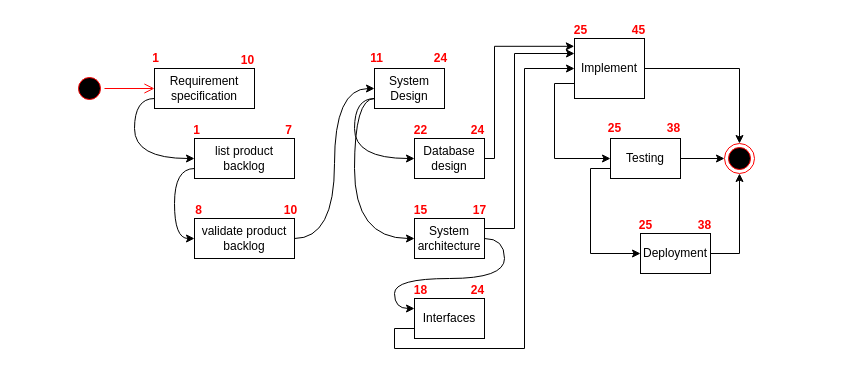
This is page "PND-ES-EF" (3 of 5) of ISYS2101-PSND.drawio from tuanrmit/ISYS2101, a draw.io file, before an edit. Source tidied: cells renumbered, new cells numbered last; positions are measured from the earlier drawing's top-left corner, leaving out a move shared by most shapes. Both pictures are drawn from the tidied source at 100%, with x=0, y=0 at pixel (74, 17).
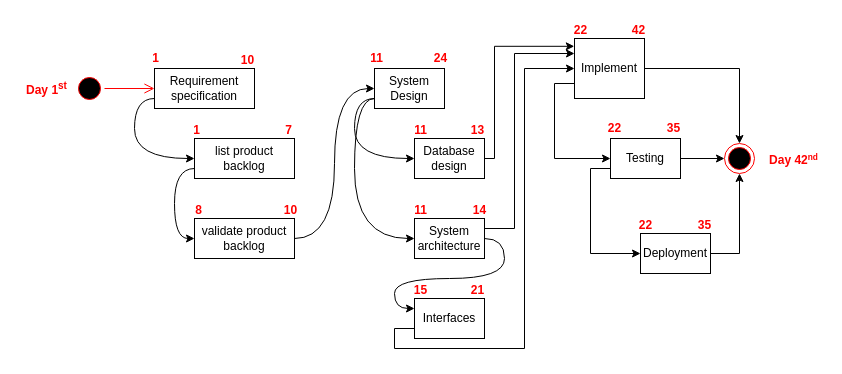
The same diagram, later.

Change to the diagram source:
```diff
@@
-    <mxCell id="33" value="22" style="text;html=1;align=center;verticalAlign=middle;strokeColor=none;fillColor=none;fontStyle=1;fontColor=#FF0000;" parent="1" vertex="1">
-      <mxGeometry x="330" y="100" width="31" height="26" as="geometry" />
+    <mxCell id="33" value="11" style="text;html=1;align=center;verticalAlign=middle;strokeColor=none;fillColor=none;fontStyle=1;fontColor=#FF0000;" parent="1" vertex="1">
+      <mxGeometry x="331" y="100" width="30" height="26" as="geometry" />
     </mxCell>
-    <mxCell id="34" value="15" style="text;html=1;align=center;verticalAlign=middle;strokeColor=none;fillColor=none;fontStyle=1;fontColor=#FF0000;" parent="1" vertex="1">
-      <mxGeometry x="330" y="180" width="31" height="26" as="geometry" />
+    <mxCell id="34" value="11" style="text;html=1;align=center;verticalAlign=middle;strokeColor=none;fillColor=none;fontStyle=1;fontColor=#FF0000;" parent="1" vertex="1">
+      <mxGeometry x="331" y="180" width="30" height="26" as="geometry" />
     </mxCell>
-    <mxCell id="35" value="24" style="text;html=1;align=center;verticalAlign=middle;strokeColor=none;fillColor=none;fontStyle=1;fontColor=#FF0000;" parent="1" vertex="1">
+    <mxCell id="35" value="21" style="text;html=1;align=center;verticalAlign=middle;strokeColor=none;fillColor=none;fontStyle=1;fontColor=#FF0000;" parent="1" vertex="1">
       <mxGeometry x="387" y="260" width="31" height="26" as="geometry" />
     </mxCell>
-    <mxCell id="36" value="25" style="text;html=1;align=center;verticalAlign=middle;strokeColor=none;fillColor=none;fontStyle=1;fontColor=#FF0000;" parent="1" vertex="1">
+    <mxCell id="36" value="22" style="text;html=1;align=center;verticalAlign=middle;strokeColor=none;fillColor=none;fontStyle=1;fontColor=#FF0000;" parent="1" vertex="1">
       <mxGeometry x="490" width="31" height="26" as="geometry" />
     </mxCell>
-    <mxCell id="37" value="38" style="text;html=1;align=center;verticalAlign=middle;strokeColor=none;fillColor=none;fontStyle=1;fontColor=#FF0000;" parent="1" vertex="1">
+    <mxCell id="37" value="35" style="text;html=1;align=center;verticalAlign=middle;strokeColor=none;fillColor=none;fontStyle=1;fontColor=#FF0000;" parent="1" vertex="1">
       <mxGeometry x="583" y="98" width="31" height="26" as="geometry" />
     </mxCell>
-    <mxCell id="38" value="38" style="text;html=1;align=center;verticalAlign=middle;strokeColor=none;fillColor=none;fontStyle=1;fontColor=#FF0000;" parent="1" vertex="1">
+    <mxCell id="38" value="35" style="text;html=1;align=center;verticalAlign=middle;strokeColor=none;fillColor=none;fontStyle=1;fontColor=#FF0000;" parent="1" vertex="1">
       <mxGeometry x="614" y="195" width="31" height="26" as="geometry" />
     </mxCell>
@@
-    <mxCell id="43" value="24" style="text;html=1;align=center;verticalAlign=middle;strokeColor=none;fillColor=none;fontStyle=1;fontColor=#FF0000;" parent="1" vertex="1">
+    <mxCell id="43" value="13" style="text;html=1;align=center;verticalAlign=middle;strokeColor=none;fillColor=none;fontStyle=1;fontColor=#FF0000;" parent="1" vertex="1">
       <mxGeometry x="387" y="100" width="31" height="26" as="geometry" />
     </mxCell>
-    <mxCell id="44" value="17" style="text;html=1;align=center;verticalAlign=middle;strokeColor=none;fillColor=none;fontStyle=1;fontColor=#FF0000;" parent="1" vertex="1">
+    <mxCell id="44" value="14" style="text;html=1;align=center;verticalAlign=middle;strokeColor=none;fillColor=none;fontStyle=1;fontColor=#FF0000;" parent="1" vertex="1">
       <mxGeometry x="389" y="180" width="31" height="26" as="geometry" />
     </mxCell>
-    <mxCell id="45" value="18" style="text;html=1;align=center;verticalAlign=middle;strokeColor=none;fillColor=none;fontStyle=1;fontColor=#FF0000;" parent="1" vertex="1">
+    <mxCell id="45" value="15" style="text;html=1;align=center;verticalAlign=middle;strokeColor=none;fillColor=none;fontStyle=1;fontColor=#FF0000;" parent="1" vertex="1">
       <mxGeometry x="330" y="260" width="31" height="26" as="geometry" />
     </mxCell>
-    <mxCell id="46" value="45" style="text;html=1;align=center;verticalAlign=middle;strokeColor=none;fillColor=none;fontStyle=1;fontColor=#FF0000;" parent="1" vertex="1">
+    <mxCell id="46" value="42" style="text;html=1;align=center;verticalAlign=middle;strokeColor=none;fillColor=none;fontStyle=1;fontColor=#FF0000;" parent="1" vertex="1">
       <mxGeometry x="548" width="31" height="26" as="geometry" />
     </mxCell>
-    <mxCell id="47" value="25" style="text;html=1;align=center;verticalAlign=middle;strokeColor=none;fillColor=none;fontStyle=1;fontColor=#FF0000;" parent="1" vertex="1">
+    <mxCell id="47" value="22" style="text;html=1;align=center;verticalAlign=middle;strokeColor=none;fillColor=none;fontStyle=1;fontColor=#FF0000;" parent="1" vertex="1">
       <mxGeometry x="555.5" y="195" width="31" height="26" as="geometry" />
     </mxCell>
-    <mxCell id="48" value="25" style="text;html=1;align=center;verticalAlign=middle;strokeColor=none;fillColor=none;fontStyle=1;fontColor=#FF0000;" parent="1" vertex="1">
+    <mxCell id="48" value="22" style="text;html=1;align=center;verticalAlign=middle;strokeColor=none;fillColor=none;fontStyle=1;fontColor=#FF0000;" parent="1" vertex="1">
       <mxGeometry x="524.5" y="98" width="31" height="26" as="geometry" />
     </mxCell>
+    <mxCell id="49" value="Day 1&lt;sup&gt;st&lt;/sup&gt;" style="text;html=1;align=center;verticalAlign=middle;strokeColor=none;fillColor=none;fontStyle=1;fontColor=#FF0000;" parent="1" vertex="1">
+      <mxGeometry x="-57" y="56" width="57" height="30" as="geometry" />
+    </mxCell>
+    <mxCell id="50" value="Day 42&lt;span style=&quot;font-size: 10px;&quot;&gt;&lt;sup&gt;nd&lt;/sup&gt;&lt;/span&gt;" style="text;html=1;align=center;verticalAlign=middle;strokeColor=none;fillColor=none;fontStyle=1;fontColor=#FF0000;" parent="1" vertex="1">
+      <mxGeometry x="686" y="128" width="65" height="27" as="geometry" />
+    </mxCell>
```
